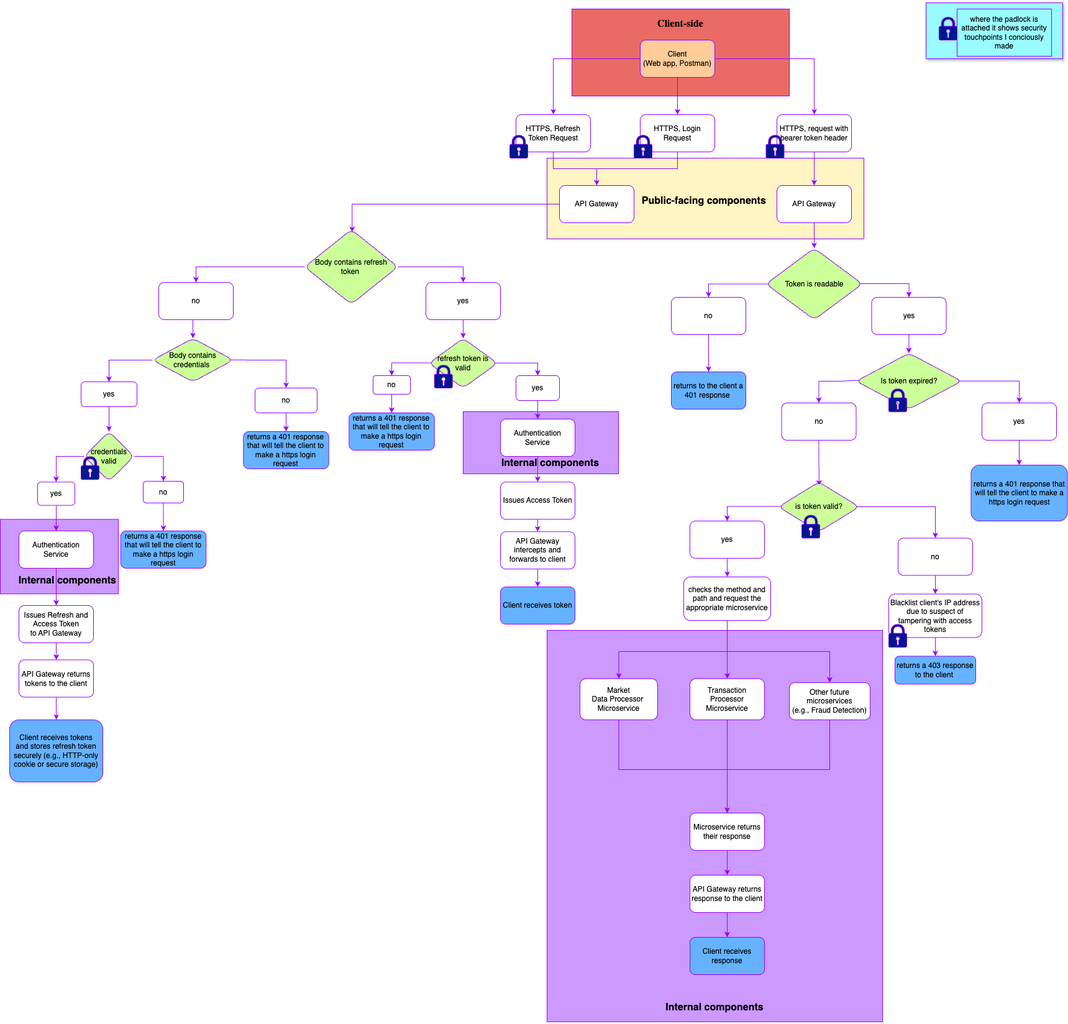
The draw.io diagram api-gateway/docs/api-gateway-flow.drawio.png in VictoriousWealth/tradestream, before a commit. Source tidied: cells renumbered, new cells last; positions are measured from the earlier drawing's top-left corner, leaving out a move shared by most shapes.
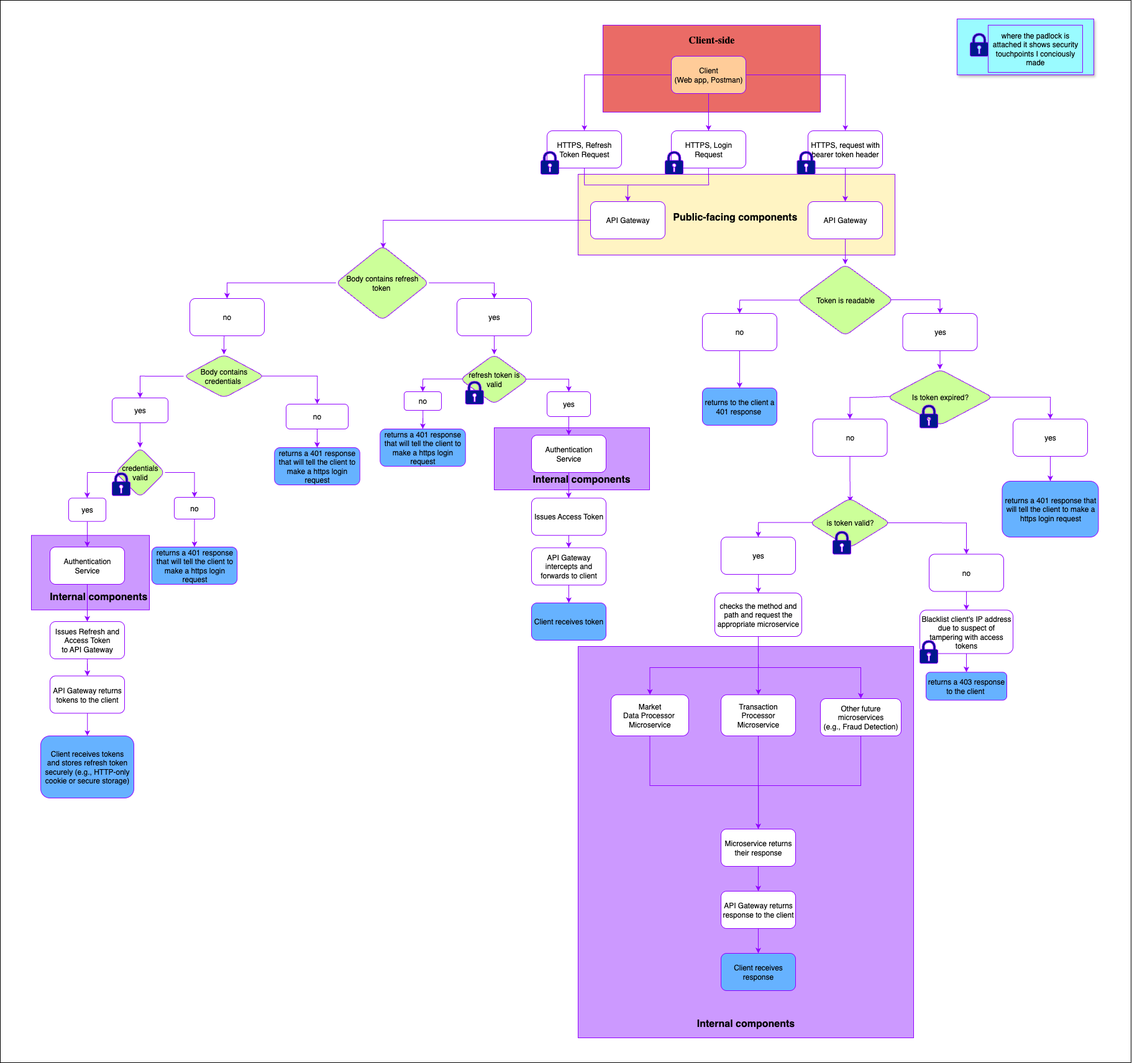
The same diagram one commit later.

What changed in the source:
```diff
@@ -2,6 +2,9 @@
   <root>
     <mxCell id="0" />
     <mxCell id="1" parent="0" />
+    <mxCell id="119" style="rounded=1;whiteSpace=wrap;html=1;arcSize=0;" parent="1" vertex="1">
+      <mxGeometry x="-50" y="-30" width="1820" height="1710" as="geometry" />
+    </mxCell>
     <mxCell id="2" style="rounded=0;whiteSpace=wrap;html=1;shadow=1;fillColor=#9AFBFF;strokeColor=#9101FF;" parent="1" vertex="1">
       <mxGeometry x="1490" width="220" height="90" as="geometry" />
     </mxCell>
```
